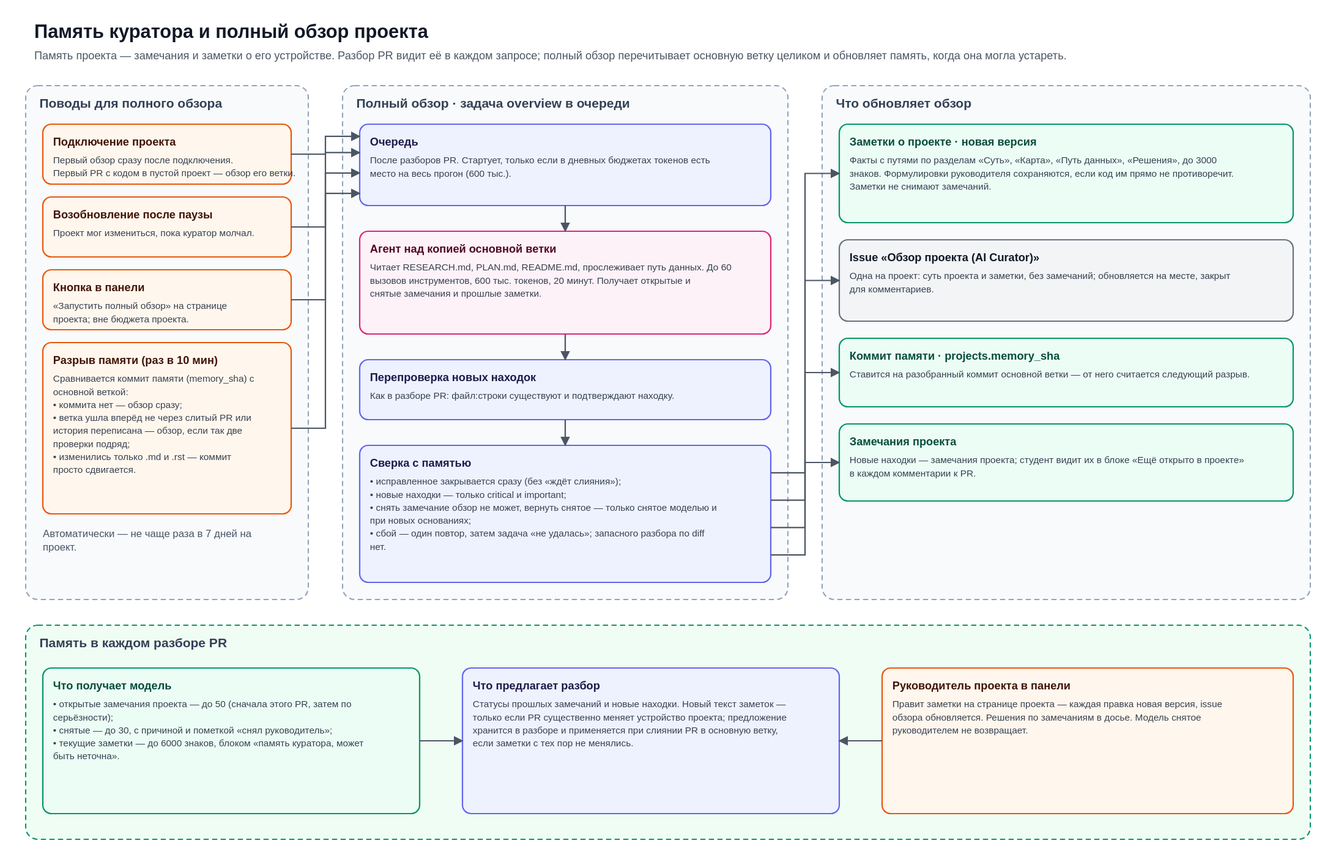
The draw.io diagram docs/документация/схемы/04 память и полный обзор.drawio.svg in Riddars/ai-mentor, before a commit. Source tidied: cells renumbered, new cells last; positions are measured from the earlier drawing's top-left corner, leaving out a move shared by most shapes.
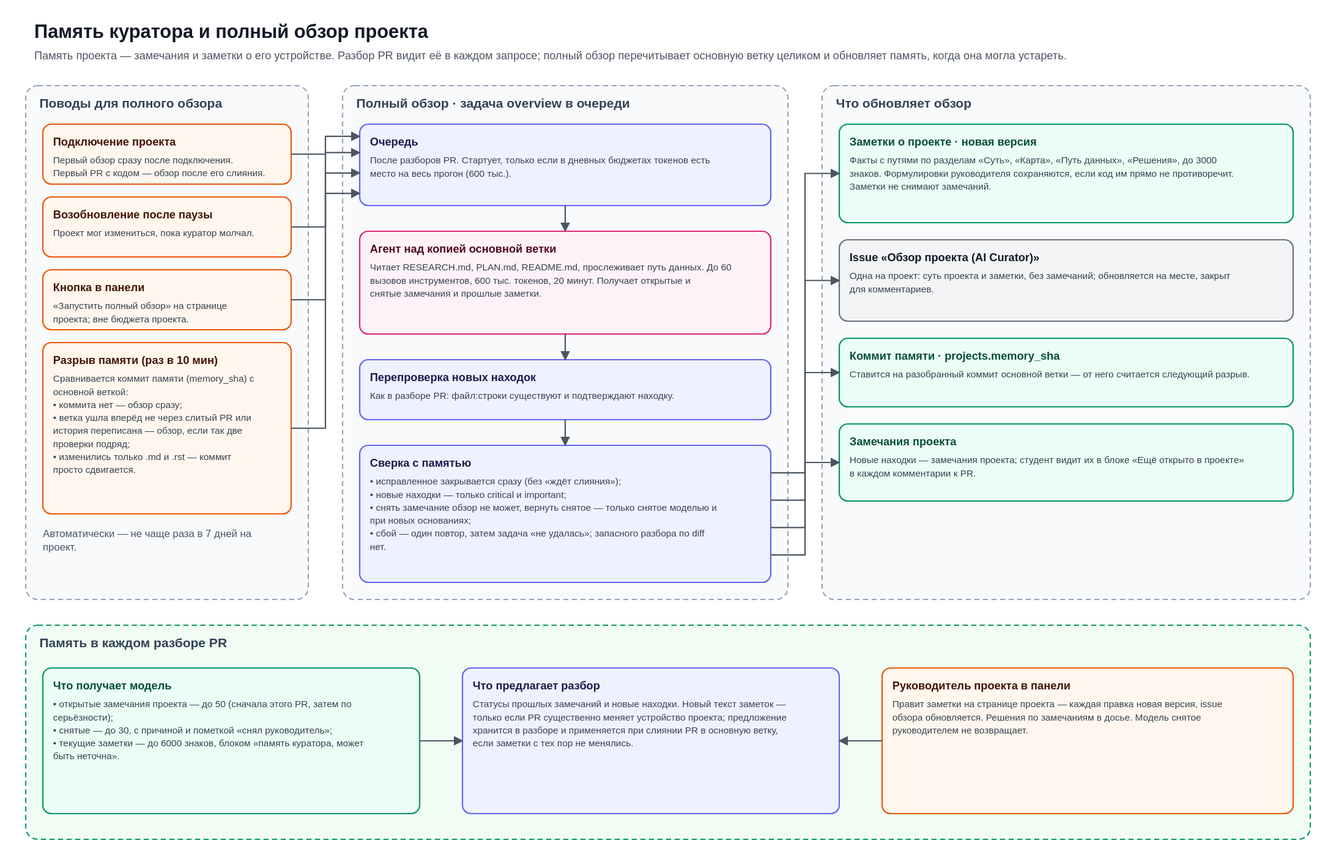
The same diagram one commit later.

The edit, as a diff of the source:
```diff
@@ -20,7 +20,7 @@
     <mxCell id="7" value="Память проекта — замечания и заметки о его устройстве. Разбор PR видит её в каждом запросе; полный обзор перечитывает основную ветку целиком и обновляет память, когда она могла устареть." style="text;html=1;whiteSpace=wrap;align=left;verticalAlign=top;fontFamily=Helvetica;fontSize=13;fontColor=#4B5563;fontStyle=0;" parent="1" vertex="1">
       <mxGeometry x="10" y="34" width="1480" height="21.6" as="geometry" />
     </mxCell>
-    <mxCell id="8" value="&lt;b style=&quot;font-size:13px;color:#431407&quot;&gt;Подключение проекта&lt;/b&gt;&lt;div style=&quot;font-size:11px;color:#374151;margin-top:4px&quot;&gt;Первый обзор сразу после подключения.&lt;/div&gt;&lt;div style=&quot;font-size:11px;color:#374151;margin-top:2px&quot;&gt;Первый PR с кодом в пустой проект — обзор его ветки.&lt;/div&gt;" style="rounded=1;arcSize=8;whiteSpace=wrap;html=1;fillColor=#FFF7ED;strokeColor=#EA580C;strokeWidth=1.6;verticalAlign=top;align=left;spacingLeft=10;spacingRight=10;spacingTop=4;fontFamily=Helvetica;" parent="1" vertex="1">
+    <mxCell id="8" value="&lt;b style=&quot;font-size:13px;color:#431407&quot;&gt;Подключение проекта&lt;/b&gt;&lt;div style=&quot;font-size:11px;color:#374151;margin-top:4px&quot;&gt;Первый обзор сразу после подключения.&lt;/div&gt;&lt;div style=&quot;font-size:11px;color:#374151;margin-top:2px&quot;&gt;Первый PR с кодом — обзор после его слияния.&lt;/div&gt;" style="rounded=1;arcSize=8;whiteSpace=wrap;html=1;fillColor=#FFF7ED;strokeColor=#EA580C;strokeWidth=1.6;verticalAlign=top;align=left;spacingLeft=10;spacingRight=10;spacingTop=4;fontFamily=Helvetica;" parent="1" vertex="1">
       <mxGeometry x="20" y="123" width="290" height="70" as="geometry" />
     </mxCell>
     <mxCell id="9" value="&lt;b style=&quot;font-size:13px;color:#431407&quot;&gt;Возобновление после паузы&lt;/b&gt;&lt;div style=&quot;font-size:11px;color:#374151;margin-top:4px&quot;&gt;Проект мог измениться, пока куратор молчал.&lt;/div&gt;" style="rounded=1;arcSize=8;whiteSpace=wrap;html=1;fillColor=#FFF7ED;strokeColor=#EA580C;strokeWidth=1.6;verticalAlign=top;align=left;spacingLeft=10;spacingRight=10;spacingTop=4;fontFamily=Helvetica;" parent="1" vertex="1">
```
